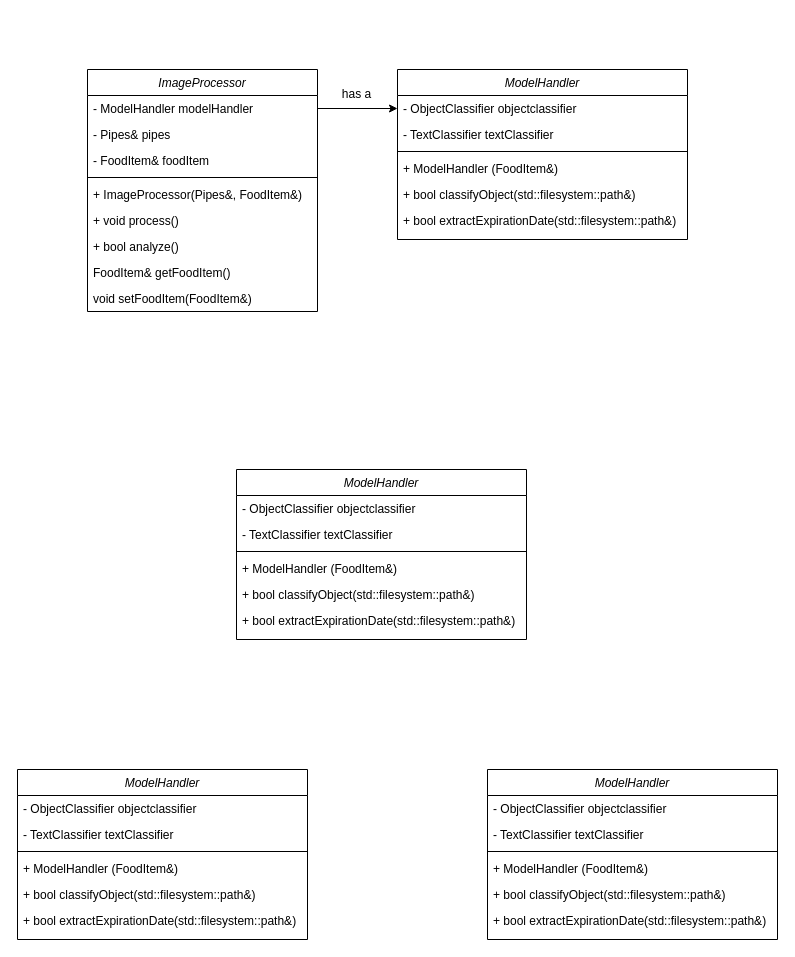
ECE-PIN/raspi-yolo keeps this draw.io diagram as vision/Vision_Classes.drawio. Above is the earlier version. Source tidied: cells renumbered, new cells numbered last; positions are measured from the earlier drawing's top-left corner, leaving out a move shared by most shapes. Both pictures are drawn from the tidied source at 100%, with x=0, y=0 at pixel (17, 69).
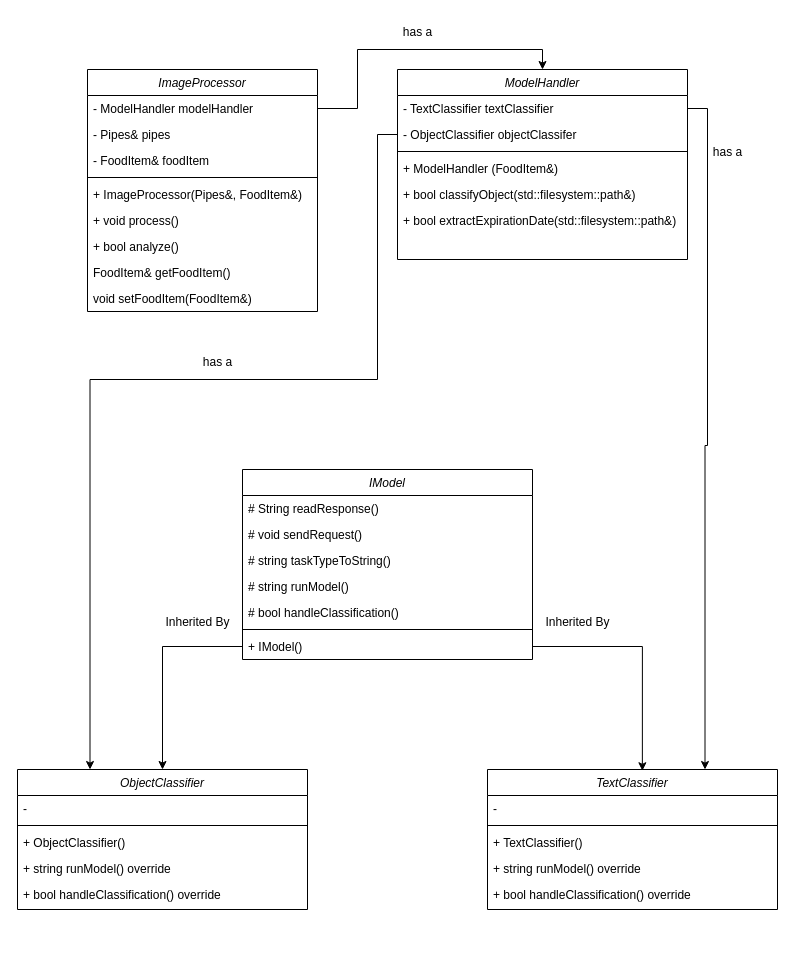
The same page after the edit.

The change refers to these unchanged cells:
```xml
<mxCell id="3" value="- ModelHandler modelHandler" style="text;align=left;verticalAlign=top;spacingLeft=4;spacingRight=4;overflow=hidden;points=[[0,0.5],[1,0.5]];portConstraint=eastwest;" parent="2" vertex="1">
  <mxGeometry y="26" width="230" height="26" as="geometry" />
</mxCell>
```

Diff of the diagram source:
```diff
@@
     <mxCell id="12" value="ModelHandler" style="swimlane;fontStyle=2;align=center;verticalAlign=top;horizontal=1;startSize=26;rounded=0;shadow=0;strokeWidth=1;" parent="1" vertex="1">
-      <mxGeometry x="380" width="290" height="170" as="geometry" />
+      <mxGeometry x="380" width="290" height="190" as="geometry" />
     </mxCell>
-    <mxCell id="13" value="- ObjectClassifier objectclassifier" style="text;align=left;verticalAlign=top;spacingLeft=4;spacingRight=4;overflow=hidden;points=[[0,0.5],[1,0.5]];portConstraint=eastwest;" parent="12" vertex="1">
-      <mxGeometry y="26" width="290" height="26" as="geometry" />
-    </mxCell>
     <mxCell id="14" value="- TextClassifier textClassifier" style="text;align=left;verticalAlign=top;spacingLeft=4;spacingRight=4;overflow=hidden;points=[[0,0.5],[1,0.5]];portConstraint=eastwest;rounded=0;shadow=0;html=0;" parent="12" vertex="1">
-      <mxGeometry y="52" width="290" height="26" as="geometry" />
+      <mxGeometry y="26" width="290" height="26" as="geometry" />
     </mxCell>
+    <mxCell id="42" value="- ObjectClassifier objectClassifer" style="text;align=left;verticalAlign=top;spacingLeft=4;spacingRight=4;overflow=hidden;points=[[0,0.5],[1,0.5]];portConstraint=eastwest;rounded=0;shadow=0;html=0;" parent="12" vertex="1">
+      <mxGeometry y="52" width="290" height="26" as="geometry" />
+    </mxCell>
@@
-    <mxCell id="19" style="edgeStyle=orthogonalEdgeStyle;rounded=0;jettySize=auto;html=1;entryX=0;entryY=0.5;entryDx=0;entryDy=0;" parent="1" edge="1" source="3" target="13">
+    <mxCell id="19" style="edgeStyle=orthogonalEdgeStyle;rounded=0;jettySize=auto;html=1;entryX=0;entryY=0.5;entryDx=0;entryDy=0;" parent="1" edge="1" source="3">
       <mxGeometry relative="1" as="geometry" />
     </mxCell>
-    <mxCell id="20" value="has a" style="text;html=1;align=center;verticalAlign=middle;strokeColor=none;fillColor=none;" parent="1" vertex="1">
-      <mxGeometry x="314" y="10" width="50" height="30" as="geometry" />
-    </mxCell>
-    <mxCell id="21" value="ModelHandler" style="swimlane;fontStyle=2;align=center;verticalAlign=top;horizontal=1;startSize=26;rounded=0;shadow=0;strokeWidth=1;" parent="1" vertex="1">
-      <mxGeometry y="700" width="290" height="170" as="geometry" />
+    <mxCell id="21" value="ObjectClassifier" style="swimlane;fontStyle=2;align=center;verticalAlign=top;horizontal=1;startSize=26;rounded=0;shadow=0;strokeWidth=1;" parent="1" vertex="1">
+      <mxGeometry y="700" width="290" height="140" as="geometry" />
     </mxCell>
-    <mxCell id="22" value="- ObjectClassifier objectclassifier" style="text;align=left;verticalAlign=top;spacingLeft=4;spacingRight=4;overflow=hidden;" parent="21" vertex="1">
-      <mxGeometry y="26" width="290" height="26" as="geometry" />
-    </mxCell>
-    <mxCell id="23" value="- TextClassifier textClassifier" style="text;align=left;verticalAlign=top;spacingLeft=4;spacingRight=4;overflow=hidden;rounded=0;shadow=0;html=0;" parent="21" vertex="1">
-      <mxGeometry y="52" width="290" height="26" as="geometry" />
+    <mxCell id="23" value="-" style="text;align=left;verticalAlign=top;spacingLeft=4;spacingRight=4;overflow=hidden;rounded=0;shadow=0;html=0;" parent="21" vertex="1">
+      <mxGeometry y="26" width="290" height="26" as="geometry" />
     </mxCell>
     <mxCell id="24" style="line;html=1;strokeWidth=1;align=left;verticalAlign=middle;spacingTop=-1;spacingLeft=3;spacingRight=3;labelPosition=right;" parent="21" vertex="1">
-      <mxGeometry y="78" width="290" height="8" as="geometry" />
+      <mxGeometry y="52" width="290" height="8" as="geometry" />
     </mxCell>
-    <mxCell id="25" value="+ ModelHandler (FoodItem&amp;)" style="text;align=left;verticalAlign=top;spacingLeft=4;spacingRight=4;overflow=hidden;" parent="21" vertex="1">
-      <mxGeometry y="86" width="290" height="26" as="geometry" />
+    <mxCell id="25" value="+ ObjectClassifier()" style="text;align=left;verticalAlign=top;spacingLeft=4;spacingRight=4;overflow=hidden;" parent="21" vertex="1">
+      <mxGeometry y="60" width="290" height="26" as="geometry" />
     </mxCell>
-    <mxCell id="26" value="+ bool classifyObject(std::filesystem::path&amp;)" style="text;align=left;verticalAlign=top;spacingLeft=4;spacingRight=4;overflow=hidden;" parent="21" vertex="1">
-      <mxGeometry y="112" width="290" height="26" as="geometry" />
+    <mxCell id="26" value="+ string runModel() override" style="text;align=left;verticalAlign=top;spacingLeft=4;spacingRight=4;overflow=hidden;" parent="21" vertex="1">
+      <mxGeometry y="86" width="290" height="26" as="geometry" />
     </mxCell>
-    <mxCell id="27" value="+ bool extractExpirationDate(std::filesystem::path&amp;)" style="text;align=left;verticalAlign=top;spacingLeft=4;spacingRight=4;overflow=hidden;" parent="21" vertex="1">
-      <mxGeometry y="138" width="290" height="26" as="geometry" />
+    <mxCell id="27" value="+ bool handleClassification() override" style="text;align=left;verticalAlign=top;spacingLeft=4;spacingRight=4;overflow=hidden;" parent="21" vertex="1">
+      <mxGeometry y="112" width="290" height="26" as="geometry" />
     </mxCell>
-    <mxCell id="28" value="ModelHandler" style="swimlane;fontStyle=2;align=center;verticalAlign=top;horizontal=1;startSize=26;rounded=0;shadow=0;strokeWidth=1;" parent="1" vertex="1">
-      <mxGeometry x="470" y="700" width="290" height="170" as="geometry" />
+    <mxCell id="28" value="TextClassifier" style="swimlane;fontStyle=2;align=center;verticalAlign=top;horizontal=1;startSize=26;rounded=0;shadow=0;strokeWidth=1;" parent="1" vertex="1">
+      <mxGeometry x="470" y="700" width="290" height="140" as="geometry" />
     </mxCell>
-    <mxCell id="29" value="- ObjectClassifier objectclassifier" style="text;align=left;verticalAlign=top;spacingLeft=4;spacingRight=4;overflow=hidden;" parent="28" vertex="1">
+    <mxCell id="29" value="-" style="text;align=left;verticalAlign=top;spacingLeft=4;spacingRight=4;overflow=hidden;" parent="28" vertex="1">
       <mxGeometry y="26" width="290" height="26" as="geometry" />
     </mxCell>
-    <mxCell id="30" value="- TextClassifier textClassifier" style="text;align=left;verticalAlign=top;spacingLeft=4;spacingRight=4;overflow=hidden;rounded=0;shadow=0;html=0;" parent="28" vertex="1">
-      <mxGeometry y="52" width="290" height="26" as="geometry" />
-    </mxCell>
     <mxCell id="31" style="line;html=1;strokeWidth=1;align=left;verticalAlign=middle;spacingTop=-1;spacingLeft=3;spacingRight=3;labelPosition=right;" parent="28" vertex="1">
-      <mxGeometry y="78" width="290" height="8" as="geometry" />
+      <mxGeometry y="52" width="290" height="8" as="geometry" />
     </mxCell>
-    <mxCell id="32" value="+ ModelHandler (FoodItem&amp;)" style="text;align=left;verticalAlign=top;spacingLeft=4;spacingRight=4;overflow=hidden;" parent="28" vertex="1">
-      <mxGeometry y="86" width="290" height="26" as="geometry" />
+    <mxCell id="32" value="+ TextClassifier()" style="text;align=left;verticalAlign=top;spacingLeft=4;spacingRight=4;overflow=hidden;" parent="28" vertex="1">
+      <mxGeometry y="60" width="290" height="26" as="geometry" />
     </mxCell>
-    <mxCell id="33" value="+ bool classifyObject(std::filesystem::path&amp;)" style="text;align=left;verticalAlign=top;spacingLeft=4;spacingRight=4;overflow=hidden;" parent="28" vertex="1">
-      <mxGeometry y="112" width="290" height="26" as="geometry" />
+    <mxCell id="33" value="+ string runModel() override" style="text;align=left;verticalAlign=top;spacingLeft=4;spacingRight=4;overflow=hidden;" parent="28" vertex="1">
+      <mxGeometry y="86" width="290" height="26" as="geometry" />
     </mxCell>
-    <mxCell id="34" value="+ bool extractExpirationDate(std::filesystem::path&amp;)" style="text;align=left;verticalAlign=top;spacingLeft=4;spacingRight=4;overflow=hidden;" parent="28" vertex="1">
-      <mxGeometry y="138" width="290" height="26" as="geometry" />
+    <mxCell id="34" value="+ bool handleClassification() override" style="text;align=left;verticalAlign=top;spacingLeft=4;spacingRight=4;overflow=hidden;" parent="28" vertex="1">
+      <mxGeometry y="112" width="290" height="26" as="geometry" />
     </mxCell>
-    <mxCell id="35" value="ModelHandler" style="swimlane;fontStyle=2;align=center;verticalAlign=top;horizontal=1;startSize=26;rounded=0;shadow=0;strokeWidth=1;" parent="1" vertex="1">
-      <mxGeometry x="219" y="400" width="290" height="170" as="geometry" />
+    <mxCell id="35" value="IModel" style="swimlane;fontStyle=2;align=center;verticalAlign=top;horizontal=1;startSize=26;rounded=0;shadow=0;strokeWidth=1;" parent="1" vertex="1">
+      <mxGeometry x="225" y="400" width="290" height="190" as="geometry" />
     </mxCell>
-    <mxCell id="36" value="- ObjectClassifier objectclassifier" style="text;align=left;verticalAlign=top;spacingLeft=4;spacingRight=4;overflow=hidden;" parent="35" vertex="1">
+    <mxCell id="36" value="# String readResponse()" style="text;align=left;verticalAlign=top;spacingLeft=4;spacingRight=4;overflow=hidden;" parent="35" vertex="1">
       <mxGeometry y="26" width="290" height="26" as="geometry" />
     </mxCell>
+    <mxCell id="43" value="# void sendRequest()" style="text;align=left;verticalAlign=top;spacingLeft=4;spacingRight=4;overflow=hidden;" parent="35" vertex="1">
+      <mxGeometry y="52" width="290" height="26" as="geometry" />
+    </mxCell>
+    <mxCell id="44" value="# string taskTypeToString()" style="text;align=left;verticalAlign=top;spacingLeft=4;spacingRight=4;overflow=hidden;" parent="35" vertex="1">
+      <mxGeometry y="78" width="290" height="26" as="geometry" />
+    </mxCell>
+    <mxCell id="45" value="# string runModel()" style="text;align=left;verticalAlign=top;spacingLeft=4;spacingRight=4;overflow=hidden;" parent="35" vertex="1">
+      <mxGeometry y="104" width="290" height="26" as="geometry" />
+    </mxCell>
-    <mxCell id="37" value="- TextClassifier textClassifier" style="text;align=left;verticalAlign=top;spacingLeft=4;spacingRight=4;overflow=hidden;rounded=0;shadow=0;html=0;" parent="35" vertex="1">
-      <mxGeometry y="52" width="290" height="26" as="geometry" />
+    <mxCell id="37" value="# bool handleClassification()" style="text;align=left;verticalAlign=top;spacingLeft=4;spacingRight=4;overflow=hidden;rounded=0;shadow=0;html=0;" parent="35" vertex="1">
+      <mxGeometry y="130" width="290" height="26" as="geometry" />
     </mxCell>
     <mxCell id="38" style="line;html=1;strokeWidth=1;align=left;verticalAlign=middle;spacingTop=-1;spacingLeft=3;spacingRight=3;labelPosition=right;" parent="35" vertex="1">
-      <mxGeometry y="78" width="290" height="8" as="geometry" />
+      <mxGeometry y="156" width="290" height="8" as="geometry" />
     </mxCell>
-    <mxCell id="39" value="+ ModelHandler (FoodItem&amp;)" style="text;align=left;verticalAlign=top;spacingLeft=4;spacingRight=4;overflow=hidden;points=[[0,0.5],[1,0.5]];portConstraint=eastwest;" parent="35" vertex="1">
-      <mxGeometry y="86" width="290" height="26" as="geometry" />
+    <mxCell id="39" value="+ IModel()" style="text;align=left;verticalAlign=top;spacingLeft=4;spacingRight=4;overflow=hidden;points=[[0,0.5],[1,0.5]];portConstraint=eastwest;" parent="35" vertex="1">
+      <mxGeometry y="164" width="290" height="26" as="geometry" />
     </mxCell>
-    <mxCell id="40" value="+ bool classifyObject(std::filesystem::path&amp;)" style="text;align=left;verticalAlign=top;spacingLeft=4;spacingRight=4;overflow=hidden;" parent="35" vertex="1">
-      <mxGeometry y="112" width="290" height="26" as="geometry" />
-    </mxCell>
-    <mxCell id="41" value="+ bool extractExpirationDate(std::filesystem::path&amp;)" style="text;align=left;verticalAlign=top;spacingLeft=4;spacingRight=4;overflow=hidden;" parent="35" vertex="1">
-      <mxGeometry y="138" width="290" height="26" as="geometry" />
-    </mxCell>
+    <mxCell id="46" style="edgeStyle=orthogonalEdgeStyle;rounded=0;jettySize=auto;html=1;entryX=0.5;entryY=0;entryDx=0;entryDy=0;" parent="1" edge="1" source="39" target="21">
+      <mxGeometry relative="1" as="geometry" />
+    </mxCell>
+    <mxCell id="47" style="edgeStyle=orthogonalEdgeStyle;rounded=0;jettySize=auto;html=1;entryX=0.534;entryY=0.009;entryDx=0;entryDy=0;entryPerimeter=0;" parent="1" edge="1" source="39" target="28">
+      <mxGeometry relative="1" as="geometry" />
+    </mxCell>
+    <mxCell id="48" value="Inherited By" style="text;html=1;align=center;verticalAlign=middle;strokeColor=none;fillColor=none;" parent="1" vertex="1">
+      <mxGeometry x="515" y="538" width="90" height="30" as="geometry" />
+    </mxCell>
+    <mxCell id="49" value="Inherited By" style="text;html=1;align=center;verticalAlign=middle;strokeColor=none;fillColor=none;" parent="1" vertex="1">
+      <mxGeometry x="135" y="538" width="90" height="30" as="geometry" />
+    </mxCell>
+    <mxCell id="50" style="edgeStyle=orthogonalEdgeStyle;rounded=0;jettySize=auto;html=1;entryX=0.25;entryY=0;entryDx=0;entryDy=0;" parent="1" edge="1" source="42" target="21">
+      <mxGeometry relative="1" as="geometry">
+        <Array as="points">
+          <mxPoint x="360" y="65" />
+          <mxPoint x="360" y="310" />
+          <mxPoint x="73" y="310" />
+        </Array>
+      </mxGeometry>
+    </mxCell>
+    <mxCell id="51" style="edgeStyle=orthogonalEdgeStyle;rounded=0;jettySize=auto;html=1;entryX=0.5;entryY=0;entryDx=0;entryDy=0;" parent="1" edge="1" source="3" target="12">
+      <mxGeometry relative="1" as="geometry" />
+    </mxCell>
+    <mxCell id="52" value="has a" style="text;html=1;align=center;verticalAlign=middle;strokeColor=none;fillColor=none;" parent="1" vertex="1">
+      <mxGeometry x="375" y="-52" width="50" height="30" as="geometry" />
+    </mxCell>
+    <mxCell id="53" value="has a" style="text;html=1;align=center;verticalAlign=middle;strokeColor=none;fillColor=none;" parent="1" vertex="1">
+      <mxGeometry x="175" y="278" width="50" height="30" as="geometry" />
+    </mxCell>
+    <mxCell id="54" style="edgeStyle=orthogonalEdgeStyle;rounded=0;jettySize=auto;html=1;entryX=0.75;entryY=0;entryDx=0;entryDy=0;" parent="1" edge="1" source="14" target="28">
+      <mxGeometry relative="1" as="geometry" />
+    </mxCell>
+    <mxCell id="55" value="has a" style="text;html=1;align=center;verticalAlign=middle;strokeColor=none;fillColor=none;" parent="1" vertex="1">
+      <mxGeometry x="685" y="68" width="50" height="30" as="geometry" />
+    </mxCell>
```
